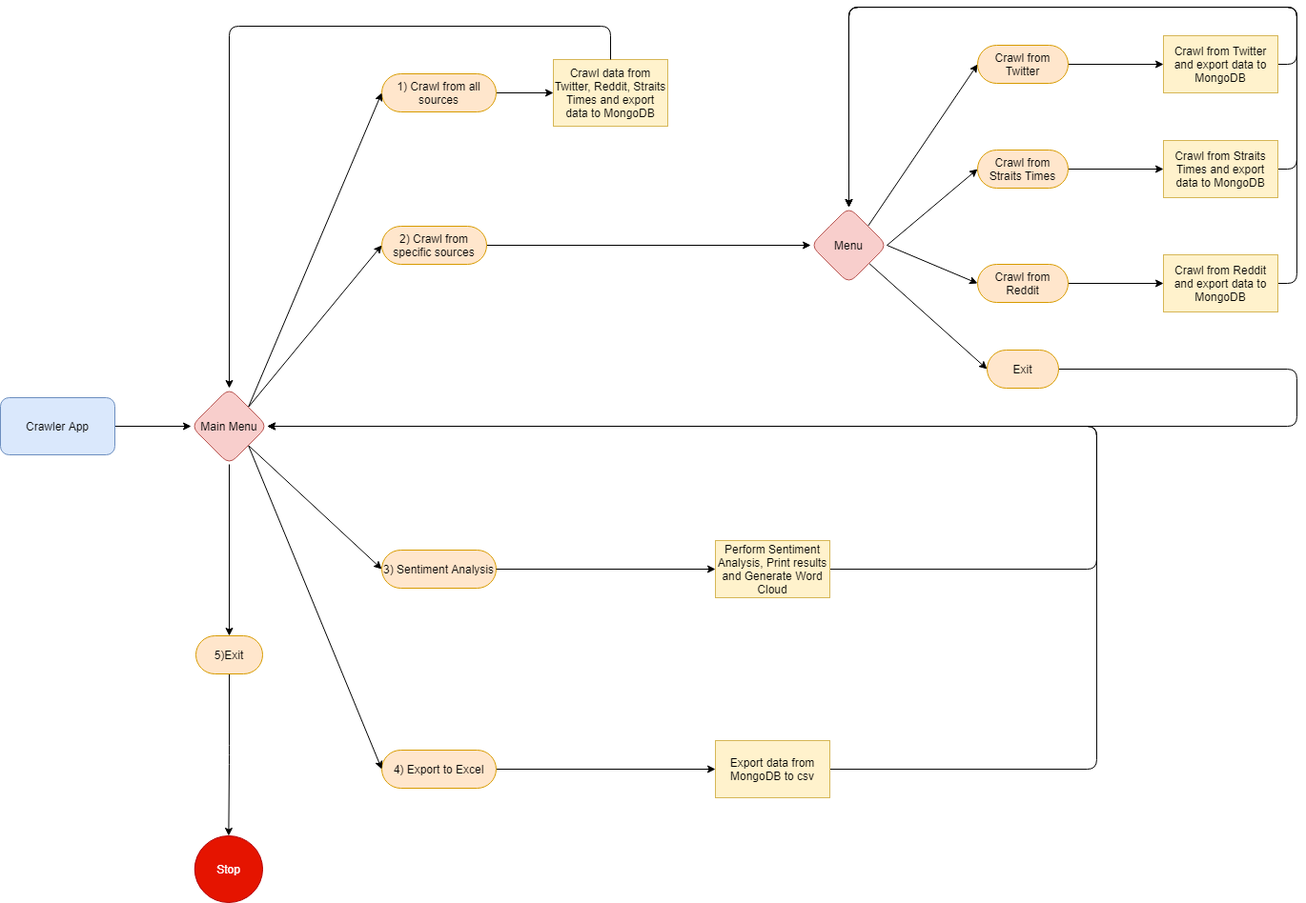
Earlier version of the draw.io export Spooder/Untitled Diagram.png (yxchia98/spooder). Source tidied: cells renumbered, new cells last; positions are measured from the earlier drawing's top-left corner, leaving out a move shared by most shapes.
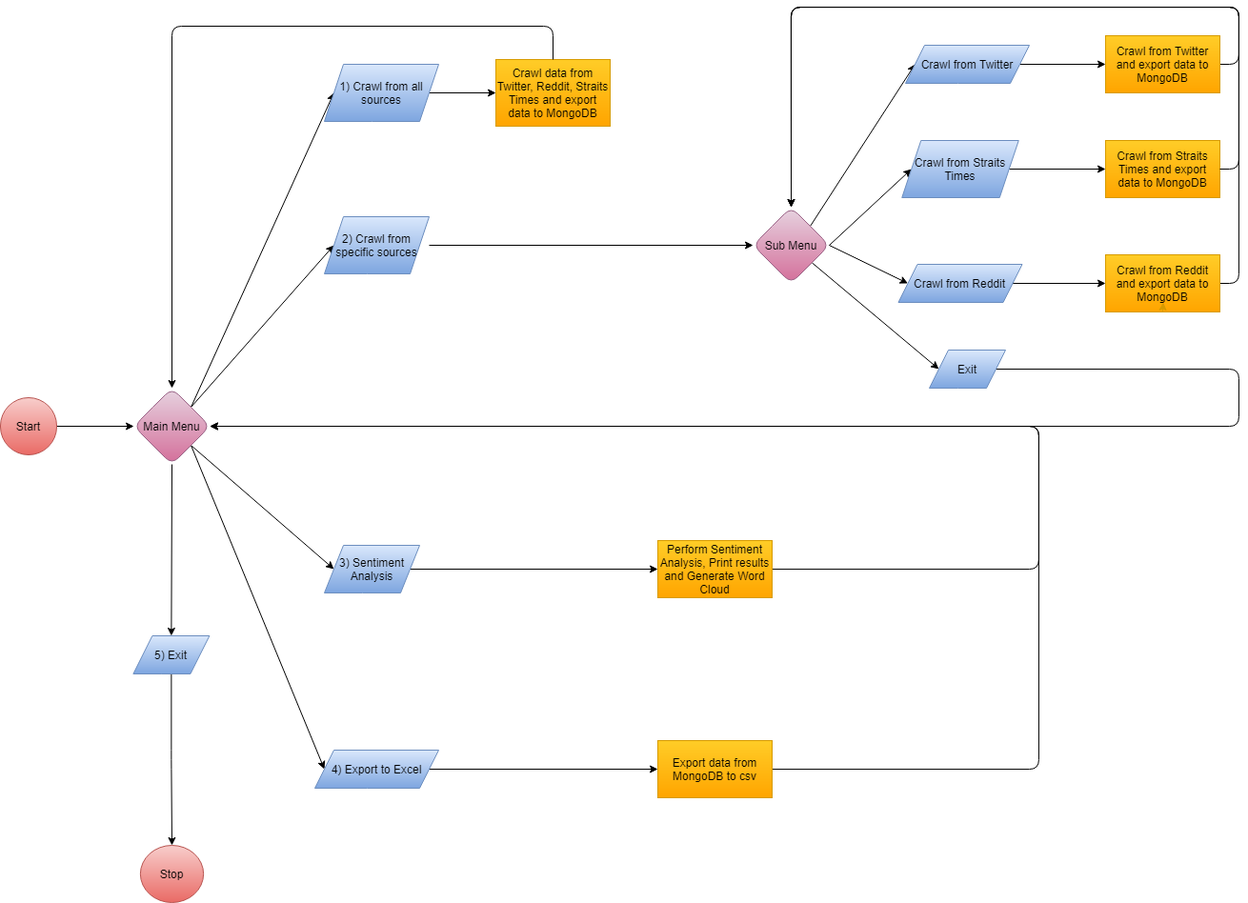
After the commit.

The edit, as a diff of the source:
```diff
@@ -1,40 +1,27 @@
-<mxGraphModel>
+<mxGraphModel background="#FFFFFF">
   <root>
     <mxCell id="0" />
     <mxCell id="1" parent="0" />
     <mxCell id="2" style="edgeStyle=orthogonalEdgeStyle;jettySize=auto;html=1;exitX=1;exitY=0.5;exitDx=0;exitDy=0;entryX=0;entryY=0.5;entryDx=0;entryDy=0;" parent="1" edge="1" source="3" target="20">
       <mxGeometry relative="1" as="geometry" />
     </mxCell>
-    <mxCell id="3" value="1) Crawl from all sources" style="whiteSpace=wrap;html=1;rounded=1;arcSize=50;fillColor=#ffe6cc;strokeColor=#d79b00;" parent="1" vertex="1">
-      <mxGeometry x="400" y="70" width="120" height="40" as="geometry" />
-    </mxCell>
     <mxCell id="4" style="edgeStyle=orthogonalEdgeStyle;jettySize=auto;html=1;exitX=1;exitY=0.5;exitDx=0;exitDy=0;entryX=0;entryY=0.5;entryDx=0;entryDy=0;" parent="1" edge="1" source="5" target="35">
       <mxGeometry relative="1" as="geometry" />
     </mxCell>
-    <mxCell id="5" value="4) Export to Excel" style="whiteSpace=wrap;html=1;rounded=1;arcSize=50;fillColor=#ffe6cc;strokeColor=#d79b00;" parent="1" vertex="1">
-      <mxGeometry x="400" y="780" width="120" height="40" as="geometry" />
-    </mxCell>
-    <mxCell id="6" value="3) Sentiment Analysis" style="whiteSpace=wrap;html=1;rounded=1;arcSize=50;fillColor=#ffe6cc;strokeColor=#d79b00;" parent="1" vertex="1">
-      <mxGeometry x="400" y="570" width="120" height="40" as="geometry" />
-    </mxCell>
-    <mxCell id="7" style="edgeStyle=orthogonalEdgeStyle;jettySize=auto;html=1;" parent="1" edge="1" source="8" target="39">
-      <mxGeometry relative="1" as="geometry" />
+    <mxCell id="7" style="edgeStyle=orthogonalEdgeStyle;jettySize=auto;html=1;" parent="1" edge="1" target="39">
+      <mxGeometry relative="1" as="geometry">
+        <mxPoint x="510" y="250" as="sourcePoint" />
+      </mxGeometry>
     </mxCell>
-    <mxCell id="8" value="2) Crawl from specific sources" style="whiteSpace=wrap;html=1;rounded=1;arcSize=50;fillColor=#ffe6cc;strokeColor=#d79b00;" parent="1" vertex="1">
-      <mxGeometry x="400" y="230" width="110" height="40" as="geometry" />
-    </mxCell>
     <mxCell id="9" style="edgeStyle=orthogonalEdgeStyle;jettySize=auto;html=1;exitX=1;exitY=0.5;exitDx=0;exitDy=0;" parent="1" edge="1" source="10" target="18">
       <mxGeometry relative="1" as="geometry" />
     </mxCell>
-    <mxCell id="10" value="Crawler App" style="whiteSpace=wrap;html=1;rounded=1;fillColor=#dae8fc;strokeColor=#6c8ebf;" parent="1" vertex="1">
-      <mxGeometry y="410" width="120" height="60" as="geometry" />
+    <mxCell id="10" value="Start" style="whiteSpace=wrap;html=1;rounded=1;arcSize=50;gradientColor=#ea6b66;fillColor=#f8cecc;strokeColor=#b85450;" parent="1" vertex="1">
+      <mxGeometry x="60" y="410" width="59" height="60" as="geometry" />
     </mxCell>
-    <mxCell id="11" style="edgeStyle=orthogonalEdgeStyle;jettySize=auto;html=1;exitX=0.5;exitY=1;exitDx=0;exitDy=0;entryX=0.5;entryY=0;entryDx=0;entryDy=0;" parent="1" edge="1" source="12" target="19">
+    <mxCell id="11" style="edgeStyle=orthogonalEdgeStyle;jettySize=auto;html=1;exitX=0.5;exitY=1;exitDx=0;exitDy=0;entryX=0.5;entryY=0;entryDx=0;entryDy=0;" parent="1" edge="1" source="46" target="19">
       <mxGeometry relative="1" as="geometry" />
     </mxCell>
-    <mxCell id="12" value="5)Exit" style="whiteSpace=wrap;html=1;rounded=1;arcSize=50;fillColor=#ffe6cc;strokeColor=#d79b00;" parent="1" vertex="1">
-      <mxGeometry x="205" y="660" width="70" height="40" as="geometry" />
-    </mxCell>
     <mxCell id="13" style="endArrow=classic;html=1;entryX=0;entryY=0.5;entryDx=0;entryDy=0;exitX=1;exitY=0;exitDx=0;exitDy=0;" parent="1" edge="1" source="18" target="3">
       <mxGeometry relative="1" as="geometry" />
     </mxCell>
@@ -47,16 +34,16 @@
     <mxCell id="16" style="endArrow=classic;html=1;exitX=1;exitY=1;exitDx=0;exitDy=0;entryX=0;entryY=0.5;entryDx=0;entryDy=0;" parent="1" edge="1" source="18" target="5">
       <mxGeometry relative="1" as="geometry" />
     </mxCell>
-    <mxCell id="17" style="endArrow=classic;html=1;entryX=0.5;entryY=0;entryDx=0;entryDy=0;exitX=0.5;exitY=1;exitDx=0;exitDy=0;" parent="1" edge="1" source="18" target="12">
+    <mxCell id="17" style="endArrow=classic;html=1;entryX=0.5;entryY=0;entryDx=0;entryDy=0;exitX=0.5;exitY=1;exitDx=0;exitDy=0;" parent="1" edge="1" source="18" target="46">
       <mxGeometry relative="1" as="geometry" />
     </mxCell>
-    <mxCell id="18" value="Main Menu" style="rhombus;whiteSpace=wrap;html=1;rounded=1;fillColor=#f8cecc;strokeColor=#b85450;" parent="1" vertex="1">
+    <mxCell id="18" value="Main Menu" style="rhombus;whiteSpace=wrap;html=1;rounded=1;gradientColor=#d5739d;fillColor=#e6d0de;strokeColor=#996185;" parent="1" vertex="1">
       <mxGeometry x="200" y="400" width="80" height="80" as="geometry" />
     </mxCell>
-    <mxCell id="19" value="&lt;font style=&quot;font-size: 12px&quot;&gt;Stop&lt;/font&gt;" style="ellipse;whiteSpace=wrap;html=1;rounded=1;fillColor=#e51400;strokeColor=#B20000;fontColor=#ffffff;" parent="1" vertex="1">
-      <mxGeometry x="203.8" y="870" width="71.2" height="70" as="geometry" />
+    <mxCell id="19" value="&lt;font style=&quot;font-size: 12px&quot;&gt;Stop&lt;/font&gt;" style="ellipse;whiteSpace=wrap;html=1;rounded=1;gradientColor=#ea6b66;fillColor=#f8cecc;strokeColor=#b85450;" parent="1" vertex="1">
+      <mxGeometry x="206.9" y="880" width="66.2" height="60" as="geometry" />
     </mxCell>
-    <mxCell id="20" value="Crawl data from Twitter, Reddit, Straits Times and export data to MongoDB" style="whiteSpace=wrap;html=1;rounded=1;arcSize=0;fillColor=#fff2cc;strokeColor=#d6b656;" parent="1" vertex="1">
+    <mxCell id="20" value="Crawl data from Twitter, Reddit, Straits Times and export data to MongoDB" style="whiteSpace=wrap;html=1;arcSize=0;rounded=1;gradientColor=#ffa500;fillColor=#ffcd28;strokeColor=#d79b00;" parent="1" vertex="1">
       <mxGeometry x="580" y="55" width="120" height="70" as="geometry" />
     </mxCell>
     <mxCell id="21" style="endArrow=classic;html=1;exitX=0.5;exitY=0;exitDx=0;exitDy=0;entryX=0.5;entryY=0;entryDx=0;entryDy=0;" parent="1" edge="1" source="20" target="18">
@@ -76,7 +63,7 @@
         </Array>
       </mxGeometry>
     </mxCell>
-    <mxCell id="23" value="Crawl from Twitter and export data to MongoDB" style="whiteSpace=wrap;html=1;rounded=1;arcSize=0;fillColor=#fff2cc;strokeColor=#d6b656;" parent="1" vertex="1">
+    <mxCell id="23" value="Crawl from Twitter and export data to MongoDB" style="whiteSpace=wrap;html=1;arcSize=0;rounded=1;gradientColor=#ffa500;fillColor=#ffcd28;strokeColor=#d79b00;" parent="1" vertex="1">
       <mxGeometry x="1220" y="30" width="120" height="60" as="geometry" />
     </mxCell>
     <mxCell id="24" style="endArrow=classic;html=1;exitX=1;exitY=0;exitDx=0;exitDy=0;entryX=0;entryY=0.5;entryDx=0;entryDy=0;" parent="1" edge="1" source="39" target="41">
@@ -92,19 +79,10 @@
         </Array>
       </mxGeometry>
     </mxCell>
-    <mxCell id="26" value="Crawl from Reddit and export data to MongoDB" style="whiteSpace=wrap;html=1;rounded=1;arcSize=0;fillColor=#fff2cc;strokeColor=#d6b656;" parent="1" vertex="1">
+    <mxCell id="26" value="Crawl from Reddit and export data to MongoDB" style="whiteSpace=wrap;html=1;arcSize=0;rounded=1;gradientColor=#ffa500;fillColor=#ffcd28;strokeColor=#d79b00;" parent="1" vertex="1">
       <mxGeometry x="1220" y="260" width="120" height="60" as="geometry" />
     </mxCell>
-    <mxCell id="27" style="edgeStyle=orthogonalEdgeStyle;jettySize=auto;html=1;entryX=0.5;entryY=0;entryDx=0;entryDy=0;exitX=1;exitY=0.5;exitDx=0;exitDy=0;" parent="1" edge="1" source="28" target="39">
-      <mxGeometry relative="1" as="geometry">
-        <Array as="points">
-          <mxPoint x="1360" y="170" />
-          <mxPoint x="1360" />
-          <mxPoint x="890" />
-        </Array>
-      </mxGeometry>
-    </mxCell>
-    <mxCell id="28" value="Crawl from Straits Times and export data to MongoDB" style="whiteSpace=wrap;html=1;rounded=1;arcSize=0;fillColor=#fff2cc;strokeColor=#d6b656;" parent="1" vertex="1">
+    <mxCell id="28" value="Crawl from Straits Times and export data to MongoDB" style="whiteSpace=wrap;html=1;arcSize=0;rounded=1;gradientColor=#ffa500;fillColor=#ffcd28;strokeColor=#d79b00;" parent="1" vertex="1">
       <mxGeometry x="1220" y="140" width="120" height="60" as="geometry" />
     </mxCell>
     <mxCell id="29" style="endArrow=classic;html=1;entryX=0;entryY=0.5;entryDx=0;entryDy=0;exitX=1;exitY=0.5;exitDx=0;exitDy=0;" parent="1" edge="1" source="39" target="45">
@@ -121,7 +99,7 @@
         </Array>
       </mxGeometry>
     </mxCell>
-    <mxCell id="32" value="Perform Sentiment Analysis, Print results and Generate Word Cloud" style="whiteSpace=wrap;html=1;rounded=1;arcSize=0;fillColor=#fff2cc;strokeColor=#d6b656;" parent="1" vertex="1">
+    <mxCell id="32" value="Perform Sentiment Analysis, Print results and Generate Word Cloud" style="whiteSpace=wrap;html=1;arcSize=0;rounded=1;gradientColor=#ffa500;fillColor=#ffcd28;strokeColor=#d79b00;" parent="1" vertex="1">
       <mxGeometry x="750" y="560" width="120" height="60" as="geometry" />
     </mxCell>
     <mxCell id="33" style="endArrow=classic;html=1;entryX=0;entryY=0.5;entryDx=0;entryDy=0;exitX=1;exitY=0.5;exitDx=0;exitDy=0;" parent="1" edge="1" source="6" target="32">
@@ -135,7 +113,7 @@
         </Array>
       </mxGeometry>
     </mxCell>
-    <mxCell id="35" value="Export data from MongoDB to csv" style="whiteSpace=wrap;html=1;rounded=1;arcSize=0;fillColor=#fff2cc;strokeColor=#d6b656;" parent="1" vertex="1">
+    <mxCell id="35" value="Export data from MongoDB to csv" style="whiteSpace=wrap;html=1;arcSize=0;rounded=1;gradientColor=#ffa500;fillColor=#ffcd28;strokeColor=#d79b00;" parent="1" vertex="1">
       <mxGeometry x="750" y="770" width="120" height="60" as="geometry" />
     </mxCell>
     <mxCell id="36" style="edgeStyle=orthogonalEdgeStyle;jettySize=auto;html=1;entryX=1;entryY=0.5;entryDx=0;entryDy=0;exitX=1;exitY=0.5;exitDx=0;exitDy=0;" parent="1" edge="1" source="37" target="18">
@@ -146,32 +124,59 @@
         </Array>
       </mxGeometry>
     </mxCell>
-    <mxCell id="37" value="Exit" style="whiteSpace=wrap;html=1;rounded=1;arcSize=50;fillColor=#ffe6cc;strokeColor=#d79b00;" parent="1" vertex="1">
-      <mxGeometry x="1035" y="360" width="75" height="40" as="geometry" />
-    </mxCell>
     <mxCell id="38" style="endArrow=classic;html=1;entryX=0;entryY=0.5;entryDx=0;entryDy=0;" parent="1" edge="1" source="39" target="37">
       <mxGeometry relative="1" as="geometry" />
     </mxCell>
-    <mxCell id="39" value="Menu" style="rhombus;whiteSpace=wrap;html=1;rounded=1;fillColor=#f8cecc;strokeColor=#b85450;" parent="1" vertex="1">
+    <mxCell id="39" value="Sub Menu" style="rhombus;whiteSpace=wrap;html=1;rounded=1;gradientColor=#d5739d;fillColor=#e6d0de;strokeColor=#996185;" parent="1" vertex="1">
       <mxGeometry x="850" y="210" width="80" height="80" as="geometry" />
     </mxCell>
-    <mxCell id="40" style="edgeStyle=orthogonalEdgeStyle;rounded=0;jettySize=auto;html=1;entryX=0;entryY=0.5;entryDx=0;entryDy=0;" parent="1" edge="1" source="41" target="23">
+    <mxCell id="40" style="edgeStyle=orthogonalEdgeStyle;jettySize=auto;html=1;entryX=0;entryY=0.5;entryDx=0;entryDy=0;exitX=1;exitY=0.5;exitDx=0;exitDy=0;" parent="1" edge="1" source="41" target="23">
       <mxGeometry relative="1" as="geometry" />
     </mxCell>
+    <mxCell id="42" style="edgeStyle=orthogonalEdgeStyle;jettySize=auto;html=1;entryX=0;entryY=0.5;entryDx=0;entryDy=0;exitX=1;exitY=0.5;exitDx=0;exitDy=0;" parent="1" edge="1" source="43" target="28">
+      <mxGeometry relative="1" as="geometry" />
+    </mxCell>
+    <mxCell id="44" style="edgeStyle=orthogonalEdgeStyle;jettySize=auto;html=1;entryX=0;entryY=0.5;entryDx=0;entryDy=0;exitX=1;exitY=0.5;exitDx=0;exitDy=0;" parent="1" edge="1" source="45" target="26">
+      <mxGeometry relative="1" as="geometry" />
+    </mxCell>
+    <mxCell id="3" value="&lt;span&gt;1) Crawl from all sources&lt;/span&gt;" style="shape=parallelogram;perimeter=parallelogramPerimeter;whiteSpace=wrap;html=1;fixedSize=1;rounded=1;sketch=0;arcSize=0;gradientColor=#7ea6e0;fillColor=#dae8fc;strokeColor=#6c8ebf;" parent="1" vertex="1">
+      <mxGeometry x="400" y="60" width="120" height="60" as="geometry" />
+    </mxCell>
+    <mxCell id="8" value="&lt;span&gt;2) Crawl from specific sources&lt;/span&gt;" style="shape=parallelogram;perimeter=parallelogramPerimeter;whiteSpace=wrap;html=1;fixedSize=1;rounded=1;sketch=0;arcSize=0;gradientColor=#7ea6e0;fillColor=#dae8fc;strokeColor=#6c8ebf;" parent="1" vertex="1">
+      <mxGeometry x="400" y="220" width="110" height="60" as="geometry" />
+    </mxCell>
+    <mxCell id="37" value="Exit" style="shape=parallelogram;perimeter=parallelogramPerimeter;whiteSpace=wrap;html=1;fixedSize=1;rounded=1;sketch=0;arcSize=0;gradientColor=#7ea6e0;fillColor=#dae8fc;strokeColor=#6c8ebf;" parent="1" vertex="1">
+      <mxGeometry x="1035" y="360" width="80" height="40" as="geometry" />
+    </mxCell>
+    <mxCell id="45" value="Crawl from Reddit" style="shape=parallelogram;perimeter=parallelogramPerimeter;whiteSpace=wrap;html=1;fixedSize=1;rounded=1;sketch=0;arcSize=0;gradientColor=#7ea6e0;fillColor=#dae8fc;strokeColor=#6c8ebf;" parent="1" vertex="1">
+      <mxGeometry x="1002.5" y="270" width="130" height="40" as="geometry" />
+    </mxCell>
+    <mxCell id="5" value="&lt;span style=&quot;color: rgb(0 , 0 , 0) ; font-family: &amp;#34;helvetica&amp;#34; ; font-size: 12px ; font-style: normal ; font-weight: 400 ; letter-spacing: normal ; text-align: center ; text-indent: 0px ; text-transform: none ; word-spacing: 0px ; display: inline ; float: none&quot;&gt;4) Export to Excel&lt;/span&gt;" style="shape=parallelogram;perimeter=parallelogramPerimeter;whiteSpace=wrap;html=1;fixedSize=1;rounded=1;sketch=0;arcSize=0;gradientColor=#7ea6e0;fillColor=#dae8fc;strokeColor=#6c8ebf;" parent="1" vertex="1">
+      <mxGeometry x="390" y="780" width="130" height="40" as="geometry" />
+    </mxCell>
+    <mxCell id="6" value="&lt;div&gt;&lt;span style=&quot;font-family: &amp;#34;helvetica&amp;#34;&quot;&gt;3) Sentiment Analysis&lt;/span&gt;&lt;/div&gt;" style="shape=parallelogram;perimeter=parallelogramPerimeter;whiteSpace=wrap;html=1;fixedSize=1;rounded=1;sketch=0;arcSize=0;gradientColor=#7ea6e0;fillColor=#dae8fc;strokeColor=#6c8ebf;align=center;" parent="1" vertex="1">
+      <mxGeometry x="400" y="565" width="100" height="50" as="geometry" />
+    </mxCell>
+    <mxCell id="27" style="edgeStyle=orthogonalEdgeStyle;jettySize=auto;html=1;entryX=0.5;entryY=0;entryDx=0;entryDy=0;exitX=1;exitY=0.5;exitDx=0;exitDy=0;" parent="1" edge="1" source="28" target="39">
+      <mxGeometry relative="1" as="geometry">
+        <Array as="points">
+          <mxPoint x="1360" y="170" />
+          <mxPoint x="1360" />
+          <mxPoint x="890" />
+        </Array>
+      </mxGeometry>
+    </mxCell>
+    <mxCell id="43" value="Crawl from Straits Times" style="shape=parallelogram;perimeter=parallelogramPerimeter;whiteSpace=wrap;html=1;fixedSize=1;rounded=1;sketch=0;arcSize=0;gradientColor=#7ea6e0;fillColor=#dae8fc;strokeColor=#6c8ebf;" parent="1" vertex="1">
+      <mxGeometry x="1006.2" y="140" width="122.5" height="60" as="geometry" />
+    </mxCell>
-    <mxCell id="41" value="Crawl from Twitter" style="whiteSpace=wrap;html=1;rounded=1;arcSize=50;fillColor=#ffe6cc;strokeColor=#d79b00;" parent="1" vertex="1">
-      <mxGeometry x="1025" y="40" width="95" height="40" as="geometry" />
+    <mxCell id="41" value="Crawl from Twitter" style="shape=parallelogram;perimeter=parallelogramPerimeter;whiteSpace=wrap;html=1;fixedSize=1;rounded=1;sketch=0;arcSize=0;gradientColor=#7ea6e0;fillColor=#dae8fc;strokeColor=#6c8ebf;" parent="1" vertex="1">
+      <mxGeometry x="1010" y="40" width="130" height="40" as="geometry" />
     </mxCell>
-    <mxCell id="42" style="edgeStyle=orthogonalEdgeStyle;rounded=0;jettySize=auto;html=1;entryX=0;entryY=0.5;entryDx=0;entryDy=0;exitX=1;exitY=0.5;exitDx=0;exitDy=0;" parent="1" edge="1" source="43" target="28">
-      <mxGeometry relative="1" as="geometry" />
-    </mxCell>
-    <mxCell id="43" value="Crawl from Straits Times" style="whiteSpace=wrap;html=1;rounded=1;arcSize=50;fillColor=#ffe6cc;strokeColor=#d79b00;" parent="1" vertex="1">
-      <mxGeometry x="1025" y="150" width="95" height="40" as="geometry" />
-    </mxCell>
-    <mxCell id="44" style="edgeStyle=orthogonalEdgeStyle;rounded=0;jettySize=auto;html=1;entryX=0;entryY=0.5;entryDx=0;entryDy=0;" parent="1" edge="1" source="45" target="26">
-      <mxGeometry relative="1" as="geometry" />
-    </mxCell>
-    <mxCell id="45" value="Crawl from Reddit" style="whiteSpace=wrap;html=1;rounded=1;arcSize=50;fillColor=#ffe6cc;strokeColor=#d79b00;" parent="1" vertex="1">
-      <mxGeometry x="1025" y="270" width="95" height="40" as="geometry" />
-    </mxCell>
+    <mxCell id="46" value="5) Exit" style="shape=parallelogram;perimeter=parallelogramPerimeter;whiteSpace=wrap;html=1;fixedSize=1;rounded=1;sketch=0;arcSize=0;gradientColor=#7ea6e0;fillColor=#dae8fc;strokeColor=#6c8ebf;" parent="1" vertex="1">
+      <mxGeometry x="199.4" y="660" width="80" height="40" as="geometry" />
+    </mxCell>
+    <mxCell id="47" style="edgeStyle=orthogonalEdgeStyle;curved=0;rounded=1;sketch=0;orthogonalLoop=1;jettySize=auto;html=1;exitX=0.5;exitY=1;exitDx=0;exitDy=0;entryX=0.504;entryY=0.833;entryDx=0;entryDy=0;entryPerimeter=0;gradientColor=#ffa500;fillColor=#ffcd28;strokeColor=#d79b00;" parent="1" edge="1" source="26" target="26">
+      <mxGeometry relative="1" as="geometry" />
+    </mxCell>
   </root>
 </mxGraphModel>
```
